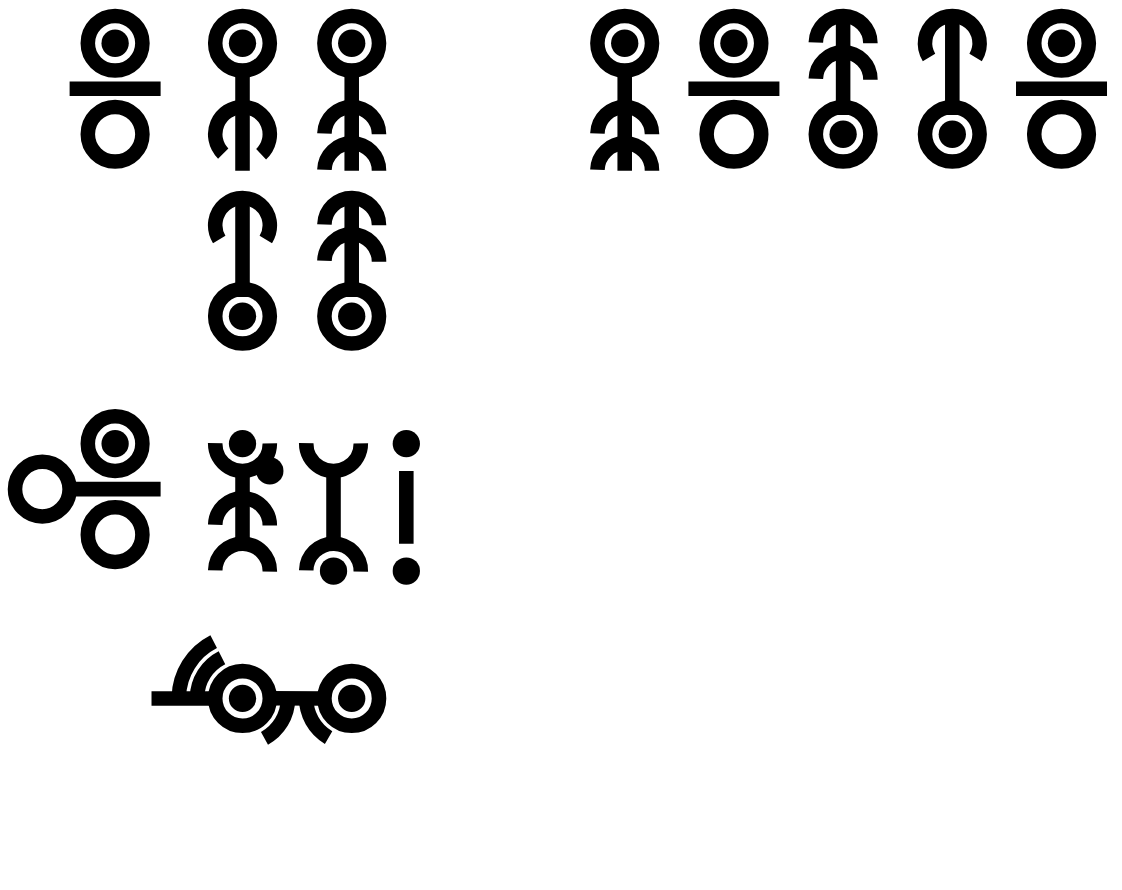
The draw.io diagram src/platonic-walk/docs/glyphs.drawio in boytchev/scorm, before the edit. Source tidied: cells renumbered, new cells numbered last; positions are measured from the earlier drawing's top-left corner, leaving out a move shared by most shapes. Both pictures are drawn from the tidied source at 91%, with x=0, y=0 at pixel (15, 15).
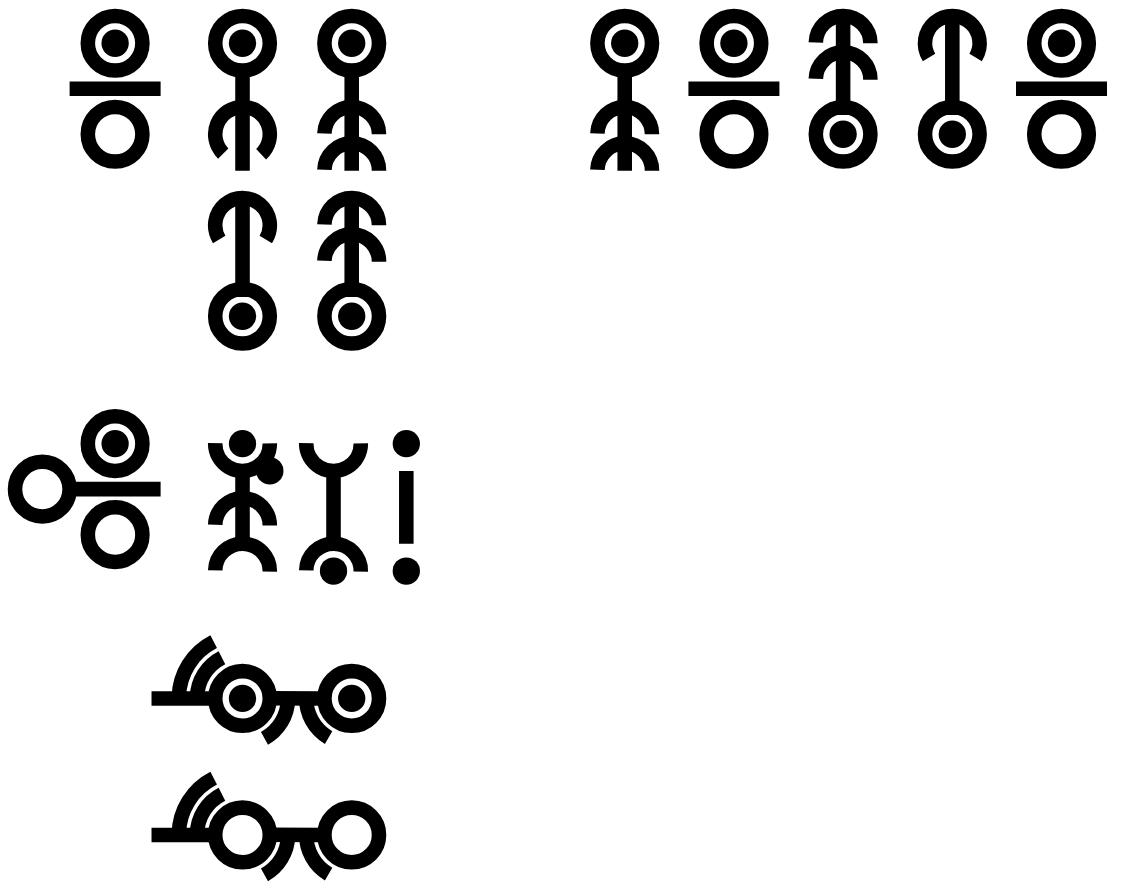
The same page after the edit.

What changed in the source:
```diff
@@
+    <mxCell id="74" style="endArrow=none;html=1;rounded=0;strokeWidth=16;" parent="1" edge="1">
+      <mxGeometry relative="1" as="geometry">
+        <mxPoint x="220" y="901" as="sourcePoint" />
+        <mxPoint x="150" y="901" as="targetPoint" />
+      </mxGeometry>
+    </mxCell>
+    <mxCell id="75" style="ellipse;whiteSpace=wrap;html=1;fillColor=none;strokeWidth=16;" parent="1" vertex="1">
+      <mxGeometry x="220" y="871" width="60" height="60" as="geometry" />
+    </mxCell>
+    <mxCell id="76" style="verticalLabelPosition=bottom;verticalAlign=top;html=1;shape=mxgraph.basic.arc;startAngle=0.7531826745504864;endAngle=0.9253385006886149;strokeWidth=16;fillColor=#000000;" parent="1" vertex="1">
+      <mxGeometry x="200" y="851" width="100" height="100" as="geometry" />
+    </mxCell>
+    <mxCell id="77" style="verticalLabelPosition=bottom;verticalAlign=top;html=1;shape=mxgraph.basic.arc;startAngle=0.7531826745504864;endAngle=0.9252608515112866;strokeWidth=16;fillColor=#000000;" parent="1" vertex="1">
+      <mxGeometry x="180" y="831" width="140" height="140" as="geometry" />
+    </mxCell>
+    <mxCell id="78" style="endArrow=none;html=1;rounded=0;strokeWidth=16;" parent="1" edge="1">
+      <mxGeometry relative="1" as="geometry">
+        <mxPoint x="340" y="901" as="sourcePoint" />
+        <mxPoint x="280" y="900.8" as="targetPoint" />
+      </mxGeometry>
+    </mxCell>
+    <mxCell id="79" style="verticalLabelPosition=bottom;verticalAlign=top;html=1;shape=mxgraph.basic.arc;startAngle=0.2533857645420314;endAngle=0.419813445918015;strokeWidth=16;fillColor=#000000;" parent="1" vertex="1">
+      <mxGeometry x="200" y="851" width="100" height="100" as="geometry" />
+    </mxCell>
+    <mxCell id="80" style="ellipse;whiteSpace=wrap;html=1;fillColor=none;strokeWidth=16;" parent="1" vertex="1">
+      <mxGeometry x="340" y="871" width="60" height="60" as="geometry" />
+    </mxCell>
+    <mxCell id="81" style="verticalLabelPosition=bottom;verticalAlign=top;html=1;shape=mxgraph.basic.arc;startAngle=0.5848350134713375;endAngle=0.7526088637381544;strokeWidth=16;fillColor=#000000;" parent="1" vertex="1">
+      <mxGeometry x="320" y="851" width="100" height="100" as="geometry" />
+    </mxCell>
```
